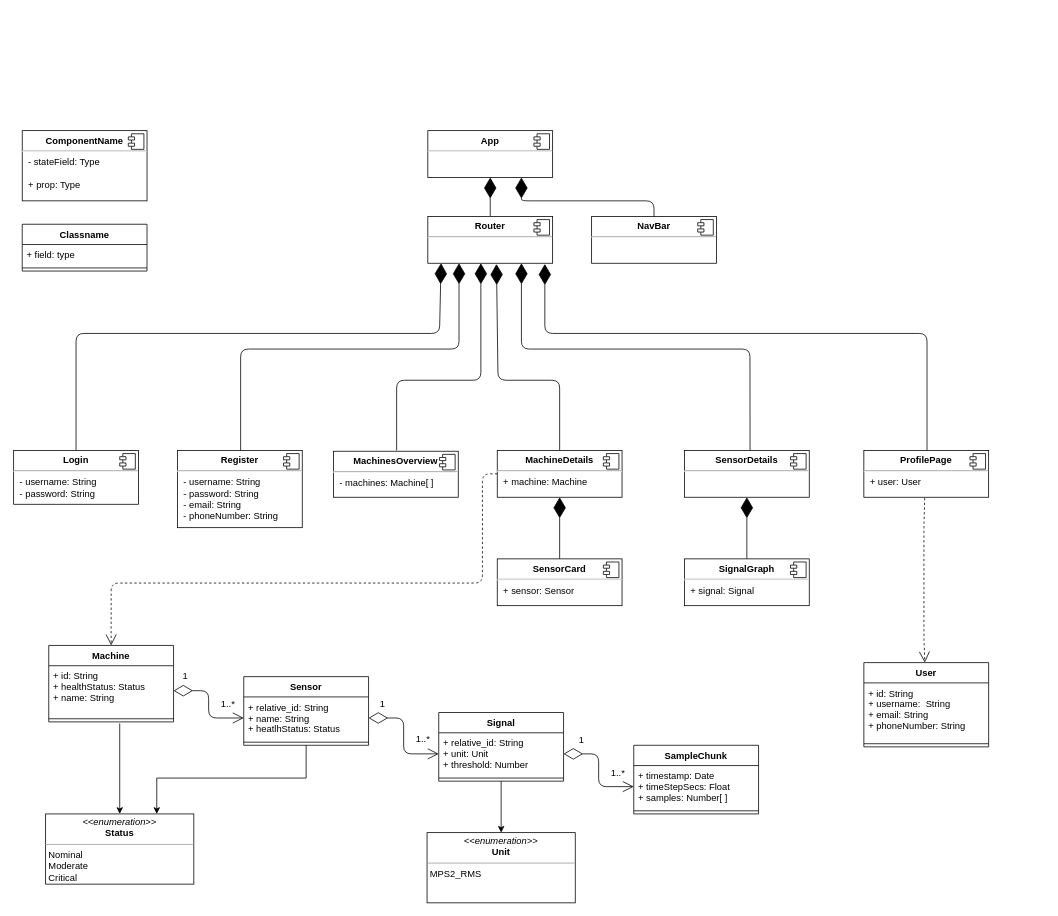
se761group2/industry-4 keeps this draw.io diagram as ConceptDiagrams/ClassDiagramFrontend.drawio. Above is the earlier version. Source tidied: cells renumbered, new cells numbered last; positions are measured from the earlier drawing's top-left corner, leaving out a move shared by most shapes. Both pictures are drawn from the tidied source at 78%, with x=0, y=0 at pixel (13, 130).
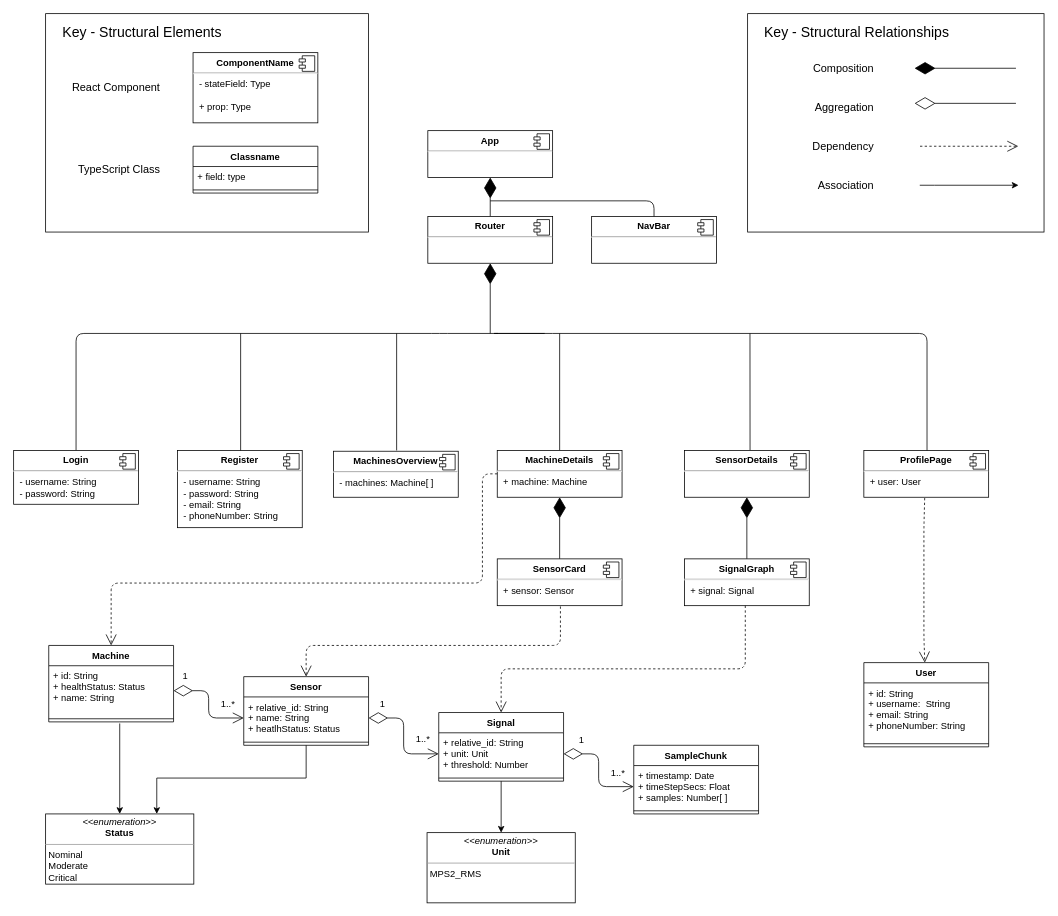
The same diagram, later.

Commit message:
added key for class diagram

Unchanged cells that the change refers to:
```xml
<mxCell id="12" value="&lt;p style=&quot;margin: 0px ; margin-top: 6px ; text-align: center&quot;&gt;&lt;b&gt;Login&lt;/b&gt;&lt;/p&gt;&lt;hr&gt;&lt;p style=&quot;margin: 0px ; margin-left: 8px&quot;&gt;- username: String&lt;/p&gt;&lt;p style=&quot;margin: 0px ; margin-left: 8px&quot;&gt;- password: String&lt;/p&gt;" style="align=left;overflow=fill;html=1;" parent="1" vertex="1">
  <mxGeometry y="410" width="160" height="69" as="geometry" />
</mxCell>
<mxCell id="22" value="&lt;p style=&quot;margin: 0px ; margin-top: 6px ; text-align: center&quot;&gt;&lt;b&gt;MachineDetails&lt;/b&gt;&lt;/p&gt;&lt;hr&gt;&lt;p style=&quot;margin: 0px ; margin-left: 8px&quot;&gt;+ machine: Machine&lt;/p&gt;" style="align=left;overflow=fill;html=1;" parent="1" vertex="1">
  <mxGeometry x="620" y="410" width="160" height="60" as="geometry" />
</mxCell>
<mxCell id="28" value="&lt;p style=&quot;margin: 0px ; margin-top: 6px ; text-align: center&quot;&gt;&lt;b&gt;Router&lt;/b&gt;&lt;/p&gt;&lt;hr&gt;&lt;p style=&quot;margin: 0px ; margin-left: 8px&quot;&gt;&lt;br&gt;&lt;/p&gt;" style="align=left;overflow=fill;html=1;" parent="1" vertex="1">
  <mxGeometry x="531" y="110" width="160" height="60" as="geometry" />
</mxCell>
<mxCell id="30" value="&lt;p style=&quot;margin: 0px ; margin-top: 6px ; text-align: center&quot;&gt;&lt;b&gt;App&lt;/b&gt;&lt;/p&gt;&lt;hr&gt;&lt;p style=&quot;margin: 0px ; margin-left: 8px&quot;&gt;&lt;br&gt;&lt;/p&gt;" style="align=left;overflow=fill;html=1;" parent="1" vertex="1">
  <mxGeometry x="531" width="160" height="60" as="geometry" />
</mxCell>
<mxCell id="52" value="Sensor" style="swimlane;fontStyle=1;align=center;verticalAlign=top;horizontal=1;startSize=26;" parent="1" vertex="1">
  <mxGeometry x="295" y="700" width="160" height="88" as="geometry" />
</mxCell>
<mxCell id="56" value="Signal" style="swimlane;fontStyle=1;align=center;verticalAlign=top;horizontal=1;startSize=26;" parent="1" vertex="1">
  <mxGeometry x="545" y="746" width="160" height="88" as="geometry" />
</mxCell>
```

Change to the diagram source:
```diff
@@
+    <mxCell id="67" style="rounded=0;whiteSpace=wrap;html=1;fillColor=#ffffff;fontSize=14;align=left;" parent="1" vertex="1">
+      <mxGeometry x="941" y="-150" width="380" height="280" as="geometry" />
+    </mxCell>
+    <mxCell id="68" style="rounded=0;whiteSpace=wrap;html=1;fillColor=#ffffff;fontSize=14;align=left;" parent="1" vertex="1">
+      <mxGeometry x="41" y="-150" width="414" height="280" as="geometry" />
+    </mxCell>
@@
-    <mxCell id="3" style="endArrow=diamondThin;endFill=1;endSize=24;html=1;entryX=0.425;entryY=1;entryDx=0;entryDy=0;entryPerimeter=0;" parent="1" edge="1" target="28">
+    <mxCell id="3" style="endArrow=none;endFill=0;endSize=24;html=1;" parent="1" edge="1">
       <mxGeometry relative="1" as="geometry">
         <mxPoint x="491" y="410" as="sourcePoint" />
-        <Array as="points">
-          <mxPoint x="491" y="320" />
-          <mxPoint x="599" y="320" />
-        </Array>
+        <mxPoint x="491" y="260" as="targetPoint" />
       </mxGeometry>
     </mxCell>
-    <mxCell id="4" style="endArrow=diamondThin;endFill=1;endSize=24;html=1;exitX=0.5;exitY=0;exitDx=0;exitDy=0;entryX=0.106;entryY=1;entryDx=0;entryDy=0;entryPerimeter=0;" parent="1" edge="1" source="12" target="28">
+    <mxCell id="4" style="endArrow=none;endFill=0;endSize=24;html=1;exitX=0.5;exitY=0;exitDx=0;exitDy=0;" parent="1" edge="1" source="12">
       <mxGeometry relative="1" as="geometry">
+        <mxPoint x="621" y="260" as="targetPoint" />
         <Array as="points">
           <mxPoint x="80" y="260" />
           <mxPoint x="546" y="260" />
         </Array>
       </mxGeometry>
     </mxCell>
-    <mxCell id="5" style="endArrow=diamondThin;endFill=1;endSize=24;html=1;entryX=0.25;entryY=1;entryDx=0;entryDy=0;" parent="1" edge="1" target="28">
+    <mxCell id="5" style="endArrow=none;endFill=0;endSize=24;html=1;" parent="1" edge="1">
       <mxGeometry relative="1" as="geometry">
         <mxPoint x="291" y="411" as="sourcePoint" />
-        <Array as="points">
-          <mxPoint x="291" y="280" />
-          <mxPoint x="571" y="280" />
-        </Array>
+        <mxPoint x="291" y="260" as="targetPoint" />
       </mxGeometry>
     </mxCell>
-    <mxCell id="6" style="endArrow=diamondThin;endFill=1;endSize=24;html=1;exitX=0.5;exitY=0;exitDx=0;exitDy=0;entryX=0.55;entryY=1.017;entryDx=0;entryDy=0;entryPerimeter=0;" parent="1" edge="1" source="22" target="28">
+    <mxCell id="6" style="endArrow=none;endFill=0;endSize=24;html=1;exitX=0.5;exitY=0;exitDx=0;exitDy=0;" parent="1" edge="1" source="22">
       <mxGeometry relative="1" as="geometry">
-        <Array as="points">
-          <mxPoint x="700" y="320" />
-          <mxPoint x="621" y="320" />
-        </Array>
+        <mxPoint x="700" y="260" as="targetPoint" />
       </mxGeometry>
     </mxCell>
@@
-    <mxCell id="8" style="endArrow=diamondThin;endFill=1;endSize=24;html=1;exitX=0.457;exitY=-0.019;exitDx=0;exitDy=0;exitPerimeter=0;entryX=0.75;entryY=1;entryDx=0;entryDy=0;" parent="1" edge="1" target="28">
+    <mxCell id="8" style="endArrow=none;endFill=0;endSize=24;html=1;exitX=0.457;exitY=-0.019;exitDx=0;exitDy=0;exitPerimeter=0;" parent="1" edge="1">
       <mxGeometry relative="1" as="geometry">
         <mxPoint x="944.1" y="409.9" as="sourcePoint" />
-        <Array as="points">
-          <mxPoint x="944" y="280" />
-          <mxPoint x="651" y="280" />
-        </Array>
+        <mxPoint x="944" y="260" as="targetPoint" />
       </mxGeometry>
     </mxCell>
-    <mxCell id="9" style="endArrow=diamondThin;endFill=1;endSize=24;html=1;exitX=0.5;exitY=0;exitDx=0;exitDy=0;entryX=0.75;entryY=1;entryDx=0;entryDy=0;" parent="1" edge="1" target="30">
+    <mxCell id="9" style="endArrow=none;endFill=0;endSize=24;html=1;exitX=0.5;exitY=0;exitDx=0;exitDy=0;" parent="1" edge="1">
       <mxGeometry relative="1" as="geometry">
         <mxPoint x="821" y="120" as="sourcePoint" />
+        <mxPoint x="611" y="90" as="targetPoint" />
         <Array as="points">
           <mxPoint x="821" y="90" />
-          <mxPoint x="651" y="90" />
         </Array>
       </mxGeometry>
     </mxCell>
-    <mxCell id="10" style="endArrow=diamondThin;endFill=1;endSize=24;html=1;exitX=0.5;exitY=0;exitDx=0;exitDy=0;" parent="1" edge="1">
+    <mxCell id="10" style="endArrow=none;endFill=0;endSize=24;html=1;exitX=0.5;exitY=0;exitDx=0;exitDy=0;" parent="1" edge="1">
       <mxGeometry relative="1" as="geometry">
         <mxPoint x="1171" y="411" as="sourcePoint" />
-        <mxPoint x="681" y="171" as="targetPoint" />
+        <mxPoint x="681" y="260" as="targetPoint" />
         <Array as="points">
           <mxPoint x="1171" y="260" />
           <mxPoint x="681" y="260" />
+          <mxPoint x="611" y="260" />
         </Array>
       </mxGeometry>
     </mxCell>
@@
     <mxCell id="34" value="&lt;p style=&quot;margin: 0px ; margin-top: 6px ; text-align: center&quot;&gt;&lt;b&gt;ComponentName&lt;/b&gt;&lt;/p&gt;&lt;hr&gt;&lt;p style=&quot;margin: 0px ; margin-left: 8px&quot;&gt;- stateField: Type&lt;/p&gt;&lt;p style=&quot;margin: 0px ; margin-left: 8px&quot;&gt;&lt;br&gt;+ prop: Type&lt;/p&gt;" style="align=left;overflow=fill;html=1;" parent="1" vertex="1">
-      <mxGeometry x="11" width="160" height="90" as="geometry" />
+      <mxGeometry x="230" y="-100" width="160" height="90" as="geometry" />
     </mxCell>
@@
-    <mxCell id="44" value="Classname" style="swimlane;fontStyle=1;align=center;verticalAlign=top;horizontal=1;startSize=26;fontSize=12;" parent="1" vertex="1">
-      <mxGeometry x="11" y="120" width="160" height="60" as="geometry" />
-    </mxCell>
-    <mxCell id="45" value="+ field: type" style="text;strokeColor=none;fillColor=none;align=left;verticalAlign=top;spacingLeft=4;spacingRight=4;overflow=hidden;" parent="44" vertex="1">
-      <mxGeometry y="26" width="160" height="26" as="geometry" />
-    </mxCell>
-    <mxCell id="46" style="line;strokeWidth=1;fillColor=none;align=left;verticalAlign=middle;spacingTop=-1;spacingLeft=3;spacingRight=3;labelPosition=right;" parent="44" vertex="1">
-      <mxGeometry y="52" width="160" height="8" as="geometry" />
-    </mxCell>
@@
+    <mxCell id="69" style="endArrow=diamondThin;endFill=1;endSize=24;html=1;fontSize=14;entryX=0.5;entryY=1;entryDx=0;entryDy=0;" parent="1" edge="1" target="28">
+      <mxGeometry relative="1" as="geometry">
+        <mxPoint x="611" y="260" as="sourcePoint" />
+      </mxGeometry>
+    </mxCell>
+    <mxCell id="70" style="endArrow=open;dashed=1;endFill=0;endSize=12;html=1;fontSize=14;entryX=0.5;entryY=0;entryDx=0;entryDy=0;" parent="1" edge="1" target="52">
+      <mxGeometry relative="1" as="geometry">
+        <mxPoint x="701" y="610" as="sourcePoint" />
+        <Array as="points">
+          <mxPoint x="701" y="660" />
+          <mxPoint x="375" y="660" />
+        </Array>
+      </mxGeometry>
+    </mxCell>
+    <mxCell id="71" style="endArrow=open;dashed=1;endFill=0;endSize=12;html=1;fontSize=14;entryX=0.5;entryY=0;entryDx=0;entryDy=0;" parent="1" edge="1" target="56">
+      <mxGeometry relative="1" as="geometry">
+        <mxPoint x="938" y="609" as="sourcePoint" />
+        <Array as="points">
+          <mxPoint x="938" y="690" />
+          <mxPoint x="625" y="690" />
+        </Array>
+      </mxGeometry>
+    </mxCell>
+    <mxCell id="72" value="React Component" style="text;html=1;strokeColor=none;fillColor=none;align=right;verticalAlign=middle;whiteSpace=wrap;rounded=0;fontSize=14;" parent="1" vertex="1">
+      <mxGeometry x="50" y="-65" width="140" height="20" as="geometry" />
+    </mxCell>
+    <mxCell id="73" value="TypeScript Class" style="text;html=1;strokeColor=none;fillColor=none;align=right;verticalAlign=middle;whiteSpace=wrap;rounded=0;fontSize=14;" parent="1" vertex="1">
+      <mxGeometry x="50" y="40" width="140" height="20" as="geometry" />
+    </mxCell>
+    <mxCell id="74" style="endArrow=diamondThin;endFill=1;endSize=24;html=1;fontSize=14;" parent="1" edge="1">
+      <mxGeometry relative="1" as="geometry">
+        <mxPoint x="1285" y="-80" as="sourcePoint" />
+        <mxPoint x="1155" y="-80" as="targetPoint" />
+      </mxGeometry>
+    </mxCell>
+    <mxCell id="75" style="endArrow=open;endSize=12;dashed=1;html=1;fontSize=12;exitX=0;exitY=0.5;exitDx=0;exitDy=0;" parent="1" edge="1">
+      <mxGeometry relative="1" as="geometry">
+        <mxPoint x="1162" y="20" as="sourcePoint" />
+        <mxPoint x="1288" y="20" as="targetPoint" />
+      </mxGeometry>
+    </mxCell>
+    <mxCell id="76" style="edgeStyle=orthogonalEdgeStyle;rounded=0;orthogonalLoop=1;jettySize=auto;html=1;" parent="1" edge="1">
+      <mxGeometry relative="1" as="geometry">
+        <mxPoint x="1161.7" y="70" as="sourcePoint" />
+        <mxPoint x="1288.3" y="70" as="targetPoint" />
+        <Array as="points">
+          <mxPoint x="1180.7" y="70" />
+        </Array>
+      </mxGeometry>
+    </mxCell>
+    <mxCell id="77" value="Composition" style="text;html=1;strokeColor=none;fillColor=none;align=right;verticalAlign=middle;whiteSpace=wrap;rounded=0;fontSize=14;" parent="1" vertex="1">
+      <mxGeometry x="965" y="-90" width="140" height="20" as="geometry" />
+    </mxCell>
+    <mxCell id="78" value="Dependency" style="text;html=1;strokeColor=none;fillColor=none;align=right;verticalAlign=middle;whiteSpace=wrap;rounded=0;fontSize=14;" parent="1" vertex="1">
+      <mxGeometry x="965" y="10" width="140" height="20" as="geometry" />
+    </mxCell>
+    <mxCell id="79" value="Association" style="text;html=1;strokeColor=none;fillColor=none;align=right;verticalAlign=middle;whiteSpace=wrap;rounded=0;fontSize=14;" parent="1" vertex="1">
+      <mxGeometry x="965" y="60" width="140" height="20" as="geometry" />
+    </mxCell>
+    <mxCell id="80" style="endArrow=diamondThin;endFill=0;endSize=24;html=1;fontSize=14;" parent="1" edge="1">
+      <mxGeometry relative="1" as="geometry">
+        <mxPoint x="1285" y="-35" as="sourcePoint" />
+        <mxPoint x="1155" y="-35" as="targetPoint" />
+      </mxGeometry>
+    </mxCell>
+    <mxCell id="81" value="Aggregation" style="text;html=1;strokeColor=none;fillColor=none;align=right;verticalAlign=middle;whiteSpace=wrap;rounded=0;fontSize=14;" parent="1" vertex="1">
+      <mxGeometry x="965" y="-40" width="140" height="20" as="geometry" />
+    </mxCell>
+    <mxCell id="44" value="Classname" style="swimlane;fontStyle=1;align=center;verticalAlign=top;horizontal=1;startSize=26;fontSize=12;" parent="1" vertex="1">
+      <mxGeometry x="230" y="20" width="160" height="60" as="geometry" />
+    </mxCell>
+    <mxCell id="45" value="+ field: type" style="text;strokeColor=none;fillColor=none;align=left;verticalAlign=top;spacingLeft=4;spacingRight=4;overflow=hidden;" parent="44" vertex="1">
+      <mxGeometry y="26" width="160" height="26" as="geometry" />
+    </mxCell>
+    <mxCell id="46" style="line;strokeWidth=1;fillColor=none;align=left;verticalAlign=middle;spacingTop=-1;spacingLeft=3;spacingRight=3;labelPosition=right;" parent="44" vertex="1">
+      <mxGeometry y="52" width="160" height="8" as="geometry" />
+    </mxCell>
+    <mxCell id="82" value="Key - Structural Elements" style="text;html=1;strokeColor=none;fillColor=none;align=center;verticalAlign=middle;whiteSpace=wrap;rounded=0;fontSize=18;" parent="1" vertex="1">
+      <mxGeometry x="35" y="-140" width="260" height="30" as="geometry" />
+    </mxCell>
+    <mxCell id="83" value="Key - Structural Relationships" style="text;html=1;strokeColor=none;fillColor=none;align=center;verticalAlign=middle;whiteSpace=wrap;rounded=0;fontSize=18;" parent="1" vertex="1">
+      <mxGeometry x="951" y="-140" width="260" height="30" as="geometry" />
+    </mxCell>
```
